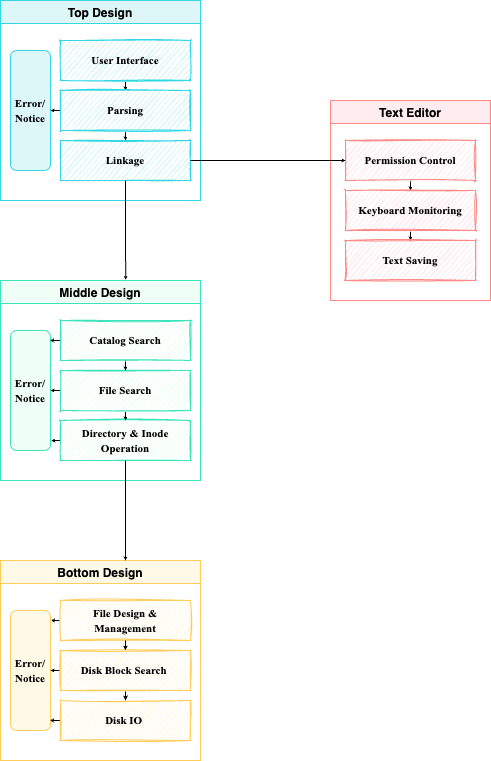
The draw.io diagram images/OS.png in EnmingGuo/EnmingGuo.github.io, before a commit. Source tidied: cells renumbered, new cells last; positions are measured from the earlier drawing's top-left corner, leaving out a move shared by most shapes. Its diagram source:
```xml
<mxGraphModel background="#fff">
  <root>
    <mxCell id="0" />
    <mxCell id="1" parent="0" />
    <mxCell id="2" value="Bottom Design" style="swimlane;fillColor=#fff9e7;strokeColor=#ffcd5a;" parent="1" vertex="1">
      <mxGeometry y="560" width="200" height="200" as="geometry" />
    </mxCell>
    <mxCell id="3" value="&lt;font style=&quot;font-size: 11px&quot; face=&quot;Times New Roman&quot;&gt;&lt;b&gt;Error/&lt;br&gt;Notice&lt;/b&gt;&lt;/font&gt;" style="rounded=1;whiteSpace=wrap;html=1;rotation=0;fillColor=#fff9e7;strokeColor=#ffcd5a;" parent="2" vertex="1">
      <mxGeometry x="10" y="50" width="40" height="120" as="geometry" />
    </mxCell>
    <mxCell id="4" style="edgeStyle=orthogonalEdgeStyle;rounded=0;jettySize=auto;html=1;exitX=0;exitY=0.5;exitDx=0;exitDy=0;entryX=0.99;entryY=0.915;entryDx=0;entryDy=0;entryPerimeter=0;fontFamily=Times New Roman;fontSize=11;endSize=1;" parent="2" edge="1" source="5" target="3">
      <mxGeometry relative="1" as="geometry" />
    </mxCell>
    <mxCell id="5" value="&lt;font face=&quot;Times New Roman&quot;&gt;&lt;span style=&quot;font-size: 11px&quot;&gt;&lt;b&gt;Disk IO&amp;nbsp;&lt;/b&gt;&lt;/span&gt;&lt;/font&gt;" style="rounded=1;whiteSpace=wrap;html=1;rotation=0;fillColor=#fff9e7;strokeColor=#ffcd5a;arcSize=0;sketch=1;" parent="2" vertex="1">
      <mxGeometry x="60" y="140" width="130" height="40" as="geometry" />
    </mxCell>
    <mxCell id="6" style="edgeStyle=orthogonalEdgeStyle;rounded=0;jettySize=auto;html=1;exitX=0;exitY=0.5;exitDx=0;exitDy=0;entryX=1;entryY=0.5;entryDx=0;entryDy=0;fontFamily=Times New Roman;fontSize=11;endSize=1;" parent="2" edge="1" source="8" target="3">
      <mxGeometry relative="1" as="geometry" />
    </mxCell>
    <mxCell id="7" style="edgeStyle=orthogonalEdgeStyle;rounded=0;jettySize=auto;html=1;entryX=0.5;entryY=0;entryDx=0;entryDy=0;fontFamily=Times New Roman;fontSize=11;endSize=2;" parent="2" edge="1" source="8" target="5">
      <mxGeometry relative="1" as="geometry">
        <Array as="points">
          <mxPoint x="125" y="130" />
          <mxPoint x="125" y="130" />
        </Array>
      </mxGeometry>
    </mxCell>
    <mxCell id="8" value="&lt;font face=&quot;Times New Roman&quot;&gt;&lt;span style=&quot;font-size: 11px&quot;&gt;&lt;b&gt;Disk Block Search&amp;nbsp;&lt;/b&gt;&lt;/span&gt;&lt;/font&gt;" style="rounded=1;whiteSpace=wrap;html=1;rotation=0;fillColor=#fff9e7;strokeColor=#ffcd5a;arcSize=0;sketch=1;" parent="2" vertex="1">
      <mxGeometry x="60" y="90" width="130" height="40" as="geometry" />
    </mxCell>
    <mxCell id="9" style="edgeStyle=orthogonalEdgeStyle;rounded=0;jettySize=auto;html=1;exitX=0;exitY=0.5;exitDx=0;exitDy=0;entryX=1.012;entryY=0.076;entryDx=0;entryDy=0;entryPerimeter=0;fontFamily=Times New Roman;fontSize=11;endSize=1;" parent="2" edge="1" source="10" target="3">
      <mxGeometry relative="1" as="geometry" />
    </mxCell>
    <mxCell id="10" value="&lt;font face=&quot;Times New Roman&quot;&gt;&lt;span style=&quot;font-size: 11px&quot;&gt;&lt;b&gt;File Design &amp;amp; Management&lt;/b&gt;&lt;/span&gt;&lt;/font&gt;" style="rounded=1;whiteSpace=wrap;html=1;rotation=0;fillColor=#fff9e7;strokeColor=#ffcd5a;arcSize=0;sketch=1;" parent="2" vertex="1">
      <mxGeometry x="60" y="40" width="130" height="40" as="geometry" />
    </mxCell>
    <mxCell id="11" style="edgeStyle=orthogonalEdgeStyle;rounded=0;orthogonalLoop=1;jettySize=auto;html=1;entryX=0.5;entryY=0;entryDx=0;entryDy=0;fontFamily=Times New Roman;fontSize=11;endSize=2;" parent="2" edge="1">
      <mxGeometry relative="1" as="geometry">
        <mxPoint x="124.9" y="80" as="sourcePoint" />
        <mxPoint x="124.9" y="90" as="targetPoint" />
        <Array as="points">
          <mxPoint x="124.9" y="80" />
          <mxPoint x="124.9" y="80" />
        </Array>
      </mxGeometry>
    </mxCell>
    <mxCell id="12" value="Middle Design" style="swimlane;fillColor=#f0fff5;strokeColor=#3ce4bb;" parent="1" vertex="1">
      <mxGeometry y="280" width="200" height="200" as="geometry" />
    </mxCell>
    <mxCell id="13" value="&lt;font style=&quot;font-size: 11px&quot; face=&quot;Times New Roman&quot;&gt;&lt;b&gt;Error/&lt;br&gt;Notice&lt;/b&gt;&lt;/font&gt;" style="rounded=1;whiteSpace=wrap;html=1;rotation=0;fillColor=#f0fff5;strokeColor=#3ce4bb;" parent="12" vertex="1">
      <mxGeometry x="10" y="50" width="40" height="120" as="geometry" />
    </mxCell>
    <mxCell id="14" style="edgeStyle=orthogonalEdgeStyle;rounded=0;jettySize=auto;html=1;exitX=0;exitY=0.5;exitDx=0;exitDy=0;entryX=1.02;entryY=0.913;entryDx=0;entryDy=0;entryPerimeter=0;fontFamily=Times New Roman;fontSize=11;endSize=1;" parent="12" edge="1" source="15" target="13">
      <mxGeometry relative="1" as="geometry" />
    </mxCell>
    <mxCell id="15" value="&lt;font face=&quot;Times New Roman&quot;&gt;&lt;span style=&quot;font-size: 11px&quot;&gt;&lt;b&gt;Directory &amp;amp; Inode Operation&lt;/b&gt;&lt;/span&gt;&lt;/font&gt;" style="rounded=1;whiteSpace=wrap;html=1;rotation=0;fillColor=#f0fff5;strokeColor=#3ce4bb;arcSize=0;sketch=1;" parent="12" vertex="1">
      <mxGeometry x="60" y="140" width="130" height="40" as="geometry" />
    </mxCell>
    <mxCell id="16" style="edgeStyle=orthogonalEdgeStyle;rounded=0;jettySize=auto;html=1;exitX=0;exitY=0.5;exitDx=0;exitDy=0;entryX=1;entryY=0.5;entryDx=0;entryDy=0;fontFamily=Times New Roman;fontSize=11;endSize=1;" parent="12" edge="1" source="18" target="13">
      <mxGeometry relative="1" as="geometry" />
    </mxCell>
    <mxCell id="17" style="edgeStyle=orthogonalEdgeStyle;rounded=0;jettySize=auto;html=1;exitX=0.5;exitY=1;exitDx=0;exitDy=0;entryX=0.5;entryY=0;entryDx=0;entryDy=0;fontFamily=Times New Roman;fontSize=11;endSize=1;" parent="12" edge="1" source="18" target="15">
      <mxGeometry relative="1" as="geometry" />
    </mxCell>
    <mxCell id="18" value="&lt;font face=&quot;Times New Roman&quot;&gt;&lt;span style=&quot;font-size: 11px&quot;&gt;&lt;b&gt;File Search&lt;/b&gt;&lt;/span&gt;&lt;/font&gt;" style="rounded=1;whiteSpace=wrap;html=1;rotation=0;fillColor=#f0fff5;strokeColor=#3ce4bb;arcSize=0;sketch=1;" parent="12" vertex="1">
      <mxGeometry x="60" y="90" width="130" height="40" as="geometry" />
    </mxCell>
    <mxCell id="19" style="edgeStyle=orthogonalEdgeStyle;rounded=0;jettySize=auto;html=1;exitX=0;exitY=0.5;exitDx=0;exitDy=0;entryX=0.989;entryY=0.083;entryDx=0;entryDy=0;entryPerimeter=0;fontFamily=Times New Roman;fontSize=11;endSize=1;" parent="12" edge="1" source="21" target="13">
      <mxGeometry relative="1" as="geometry" />
    </mxCell>
    <mxCell id="20" style="edgeStyle=orthogonalEdgeStyle;rounded=0;jettySize=auto;html=1;exitX=0.5;exitY=1;exitDx=0;exitDy=0;entryX=0.5;entryY=0;entryDx=0;entryDy=0;fontFamily=Times New Roman;fontSize=11;endSize=1;" parent="12" edge="1" source="21" target="18">
      <mxGeometry relative="1" as="geometry" />
    </mxCell>
    <mxCell id="21" value="&lt;font face=&quot;Times New Roman&quot;&gt;&lt;span style=&quot;font-size: 11px&quot;&gt;&lt;b&gt;Catalog Search&lt;/b&gt;&lt;/span&gt;&lt;/font&gt;" style="rounded=1;whiteSpace=wrap;html=1;rotation=0;fillColor=#f0fff5;strokeColor=#3ce4bb;arcSize=0;sketch=1;" parent="12" vertex="1">
      <mxGeometry x="60" y="40" width="130" height="40" as="geometry" />
    </mxCell>
    <mxCell id="22" value="Top Design" style="swimlane;fillColor=#ddf7f9;strokeColor=#34d7e4;" parent="1" vertex="1">
      <mxGeometry width="200" height="200" as="geometry" />
    </mxCell>
    <mxCell id="23" value="&lt;font style=&quot;font-size: 11px&quot; face=&quot;Times New Roman&quot;&gt;&lt;b&gt;Error/&lt;br&gt;Notice&lt;/b&gt;&lt;/font&gt;" style="rounded=1;whiteSpace=wrap;html=1;rotation=0;fillColor=#ddf7f9;strokeColor=#34d7e4;" parent="22" vertex="1">
      <mxGeometry x="10" y="50" width="40" height="120" as="geometry" />
    </mxCell>
    <mxCell id="24" style="edgeStyle=orthogonalEdgeStyle;rounded=0;jettySize=auto;html=1;exitX=0.5;exitY=1;exitDx=0;exitDy=0;entryX=0.5;entryY=0;entryDx=0;entryDy=0;fontFamily=Times New Roman;fontSize=11;endSize=1;" parent="22" edge="1" source="25" target="28">
      <mxGeometry relative="1" as="geometry" />
    </mxCell>
    <mxCell id="25" value="&lt;font face=&quot;Times New Roman&quot;&gt;&lt;span style=&quot;font-size: 11px&quot;&gt;&lt;b&gt;User Interface&lt;/b&gt;&lt;/span&gt;&lt;/font&gt;" style="rounded=1;whiteSpace=wrap;html=1;rotation=0;fillColor=#ddf7f9;strokeColor=#34d7e4;arcSize=0;sketch=1;" parent="22" vertex="1">
      <mxGeometry x="60" y="40" width="130" height="40" as="geometry" />
    </mxCell>
    <mxCell id="26" style="edgeStyle=orthogonalEdgeStyle;rounded=0;jettySize=auto;html=1;exitX=0;exitY=0.5;exitDx=0;exitDy=0;entryX=1;entryY=0.5;entryDx=0;entryDy=0;fontFamily=Times New Roman;fontSize=11;endSize=1;" parent="22" edge="1" source="28" target="23">
      <mxGeometry relative="1" as="geometry" />
    </mxCell>
    <mxCell id="27" style="edgeStyle=orthogonalEdgeStyle;rounded=0;jettySize=auto;html=1;exitX=0.5;exitY=1;exitDx=0;exitDy=0;entryX=0.5;entryY=0;entryDx=0;entryDy=0;fontFamily=Times New Roman;fontSize=11;endSize=1;" parent="22" edge="1" source="28" target="29">
      <mxGeometry relative="1" as="geometry" />
    </mxCell>
    <mxCell id="28" value="&lt;font face=&quot;Times New Roman&quot;&gt;&lt;span style=&quot;font-size: 11px&quot;&gt;&lt;b&gt;Parsing&lt;/b&gt;&lt;/span&gt;&lt;/font&gt;" style="rounded=1;whiteSpace=wrap;html=1;rotation=0;fillColor=#ddf7f9;strokeColor=#34d7e4;arcSize=0;sketch=1;" parent="22" vertex="1">
      <mxGeometry x="60" y="90" width="130" height="40" as="geometry" />
    </mxCell>
    <mxCell id="29" value="&lt;font face=&quot;Times New Roman&quot;&gt;&lt;span style=&quot;font-size: 11px&quot;&gt;&lt;b&gt;Linkage&lt;/b&gt;&lt;/span&gt;&lt;/font&gt;" style="rounded=1;whiteSpace=wrap;html=1;rotation=0;fillColor=#ddf7f9;strokeColor=#34d7e4;arcSize=0;sketch=1;" parent="22" vertex="1">
      <mxGeometry x="60" y="140" width="130" height="40" as="geometry" />
    </mxCell>
    <mxCell id="30" style="edgeStyle=orthogonalEdgeStyle;rounded=0;jettySize=auto;html=1;exitX=0.5;exitY=1;exitDx=0;exitDy=0;entryX=0.625;entryY=0;entryDx=0;entryDy=0;entryPerimeter=0;fontFamily=Times New Roman;fontSize=11;endSize=1;" parent="1" edge="1" source="15" target="2">
      <mxGeometry relative="1" as="geometry" />
    </mxCell>
    <mxCell id="31" style="edgeStyle=orthogonalEdgeStyle;rounded=0;jettySize=auto;html=1;exitX=0.5;exitY=1;exitDx=0;exitDy=0;entryX=0.626;entryY=-0.003;entryDx=0;entryDy=0;entryPerimeter=0;fontFamily=Times New Roman;fontSize=11;endSize=1;" parent="1" edge="1" source="29" target="12">
      <mxGeometry relative="1" as="geometry" />
    </mxCell>
    <mxCell id="32" value="Text Editor" style="swimlane;fillColor=#ffecf1;strokeColor=#ff8987;" parent="1" vertex="1">
      <mxGeometry x="330" y="100" width="160" height="200" as="geometry" />
    </mxCell>
    <mxCell id="33" style="edgeStyle=orthogonalEdgeStyle;rounded=0;jettySize=auto;html=1;exitX=0.5;exitY=1;exitDx=0;exitDy=0;entryX=0.5;entryY=0;entryDx=0;entryDy=0;fontFamily=Times New Roman;fontSize=11;endSize=1;" parent="32" edge="1" source="34" target="36">
      <mxGeometry relative="1" as="geometry" />
    </mxCell>
    <mxCell id="34" value="&lt;font face=&quot;Times New Roman&quot;&gt;&lt;span style=&quot;font-size: 11px&quot;&gt;&lt;b&gt;Permission Control&lt;/b&gt;&lt;/span&gt;&lt;/font&gt;" style="rounded=1;whiteSpace=wrap;html=1;rotation=0;fillColor=#ffecf1;strokeColor=#ff8987;arcSize=0;sketch=1;" parent="32" vertex="1">
      <mxGeometry x="15" y="40" width="130" height="40" as="geometry" />
    </mxCell>
    <mxCell id="35" style="edgeStyle=orthogonalEdgeStyle;rounded=0;jettySize=auto;html=1;exitX=0.5;exitY=1;exitDx=0;exitDy=0;entryX=0.5;entryY=0;entryDx=0;entryDy=0;fontFamily=Times New Roman;fontSize=11;endSize=1;" parent="32" edge="1" source="36" target="37">
      <mxGeometry relative="1" as="geometry" />
    </mxCell>
    <mxCell id="36" value="&lt;font face=&quot;Times New Roman&quot;&gt;&lt;span style=&quot;font-size: 11px&quot;&gt;&lt;b&gt;Keyboard Monitoring&lt;/b&gt;&lt;/span&gt;&lt;/font&gt;" style="rounded=1;whiteSpace=wrap;html=1;rotation=0;fillColor=#ffecf1;strokeColor=#ff8987;arcSize=0;sketch=1;" parent="32" vertex="1">
      <mxGeometry x="15" y="90" width="130" height="40" as="geometry" />
    </mxCell>
    <mxCell id="37" value="&lt;font face=&quot;Times New Roman&quot;&gt;&lt;span style=&quot;font-size: 11px&quot;&gt;&lt;b&gt;Text Saving&lt;/b&gt;&lt;/span&gt;&lt;/font&gt;" style="rounded=1;whiteSpace=wrap;html=1;rotation=0;fillColor=#ffecf1;strokeColor=#ff8987;arcSize=0;sketch=1;" parent="32" vertex="1">
      <mxGeometry x="15" y="140" width="130" height="40" as="geometry" />
    </mxCell>
    <mxCell id="38" style="edgeStyle=orthogonalEdgeStyle;rounded=0;jettySize=auto;html=1;exitX=1;exitY=0.5;exitDx=0;exitDy=0;entryX=0;entryY=0.5;entryDx=0;entryDy=0;fontFamily=Times New Roman;fontSize=11;endSize=1;" parent="1" edge="1" source="29" target="34">
      <mxGeometry relative="1" as="geometry" />
    </mxCell>
  </root>
</mxGraphModel>
```
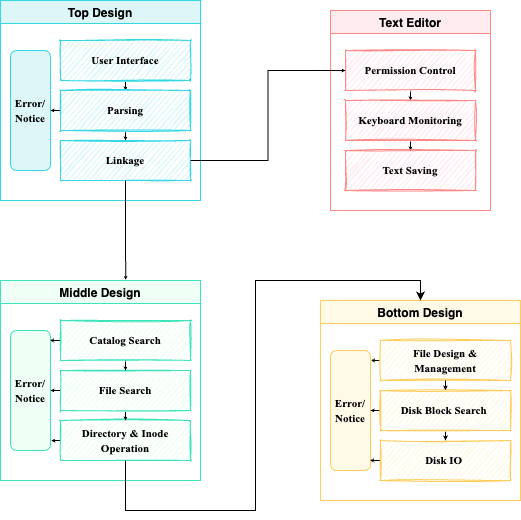
The same diagram one commit later.

Change to the diagram source:
```diff
@@ -3,7 +3,7 @@
     <mxCell id="0" />
     <mxCell id="1" parent="0" />
     <mxCell id="2" value="Bottom Design" style="swimlane;fillColor=#fff9e7;strokeColor=#ffcd5a;" parent="1" vertex="1">
-      <mxGeometry y="560" width="200" height="200" as="geometry" />
+      <mxGeometry x="320" y="300" width="200" height="200" as="geometry" />
     </mxCell>
     <mxCell id="3" value="&lt;font style=&quot;font-size: 11px&quot; face=&quot;Times New Roman&quot;&gt;&lt;b&gt;Error/&lt;br&gt;Notice&lt;/b&gt;&lt;/font&gt;" style="rounded=1;whiteSpace=wrap;html=1;rotation=0;fillColor=#fff9e7;strokeColor=#ffcd5a;" parent="2" vertex="1">
       <mxGeometry x="10" y="50" width="40" height="120" as="geometry" />
@@ -98,14 +98,11 @@
     <mxCell id="29" value="&lt;font face=&quot;Times New Roman&quot;&gt;&lt;span style=&quot;font-size: 11px&quot;&gt;&lt;b&gt;Linkage&lt;/b&gt;&lt;/span&gt;&lt;/font&gt;" style="rounded=1;whiteSpace=wrap;html=1;rotation=0;fillColor=#ddf7f9;strokeColor=#34d7e4;arcSize=0;sketch=1;" parent="22" vertex="1">
       <mxGeometry x="60" y="140" width="130" height="40" as="geometry" />
     </mxCell>
-    <mxCell id="30" style="edgeStyle=orthogonalEdgeStyle;rounded=0;jettySize=auto;html=1;exitX=0.5;exitY=1;exitDx=0;exitDy=0;entryX=0.625;entryY=0;entryDx=0;entryDy=0;entryPerimeter=0;fontFamily=Times New Roman;fontSize=11;endSize=1;" parent="1" edge="1" source="15" target="2">
-      <mxGeometry relative="1" as="geometry" />
-    </mxCell>
     <mxCell id="31" style="edgeStyle=orthogonalEdgeStyle;rounded=0;jettySize=auto;html=1;exitX=0.5;exitY=1;exitDx=0;exitDy=0;entryX=0.626;entryY=-0.003;entryDx=0;entryDy=0;entryPerimeter=0;fontFamily=Times New Roman;fontSize=11;endSize=1;" parent="1" edge="1" source="29" target="12">
       <mxGeometry relative="1" as="geometry" />
     </mxCell>
     <mxCell id="32" value="Text Editor" style="swimlane;fillColor=#ffecf1;strokeColor=#ff8987;" parent="1" vertex="1">
-      <mxGeometry x="330" y="100" width="160" height="200" as="geometry" />
+      <mxGeometry x="330" y="10" width="160" height="200" as="geometry" />
     </mxCell>
     <mxCell id="33" style="edgeStyle=orthogonalEdgeStyle;rounded=0;jettySize=auto;html=1;exitX=0.5;exitY=1;exitDx=0;exitDy=0;entryX=0.5;entryY=0;entryDx=0;entryDy=0;fontFamily=Times New Roman;fontSize=11;endSize=1;" parent="32" edge="1" source="34" target="36">
       <mxGeometry relative="1" as="geometry" />
@@ -125,5 +122,15 @@
     <mxCell id="38" style="edgeStyle=orthogonalEdgeStyle;rounded=0;jettySize=auto;html=1;exitX=1;exitY=0.5;exitDx=0;exitDy=0;entryX=0;entryY=0.5;entryDx=0;entryDy=0;fontFamily=Times New Roman;fontSize=11;endSize=1;" parent="1" edge="1" source="29" target="34">
       <mxGeometry relative="1" as="geometry" />
     </mxCell>
+    <mxCell id="30" style="edgeStyle=orthogonalEdgeStyle;rounded=0;jettySize=auto;html=1;exitX=0.5;exitY=1;exitDx=0;exitDy=0;entryX=0.5;entryY=0;entryDx=0;entryDy=0;fontFamily=Times New Roman;fontSize=11;" parent="1" edge="1" source="15" target="2">
+      <mxGeometry relative="1" as="geometry">
+        <Array as="points">
+          <mxPoint x="125" y="510" />
+          <mxPoint x="255" y="510" />
+          <mxPoint x="255" y="280" />
+          <mxPoint x="420" y="280" />
+        </Array>
+      </mxGeometry>
+    </mxCell>
   </root>
 </mxGraphModel>
```
